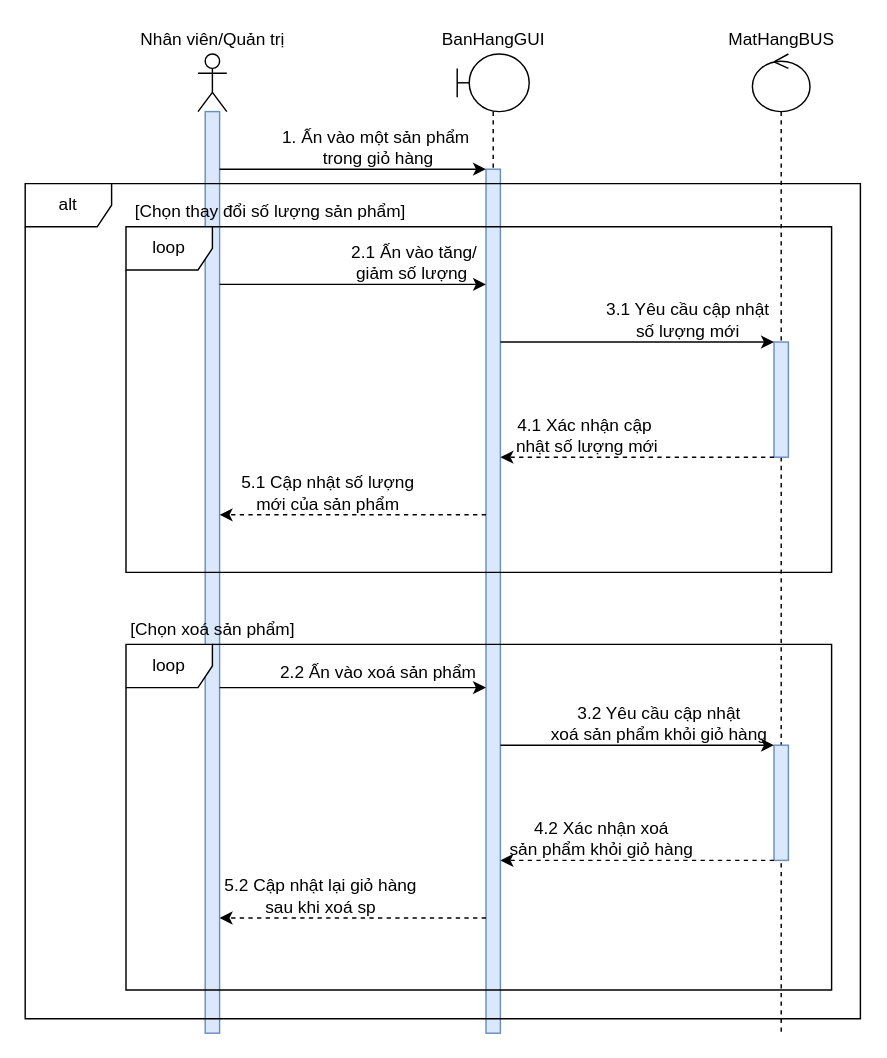
Earlier version of the draw.io diagram Sequence Diagrams/Nguyên Lộc/SD_CậpNhậtGiỏHàng.drawio (EdgarIgnite16/OOAD-Project). Source tidied: cells renumbered, new cells numbered last; positions are measured from the earlier drawing's top-left corner, leaving out a move shared by most shapes. Both pictures are drawn from the tidied source at 144%, with x=0, y=0 at pixel (24, 24).
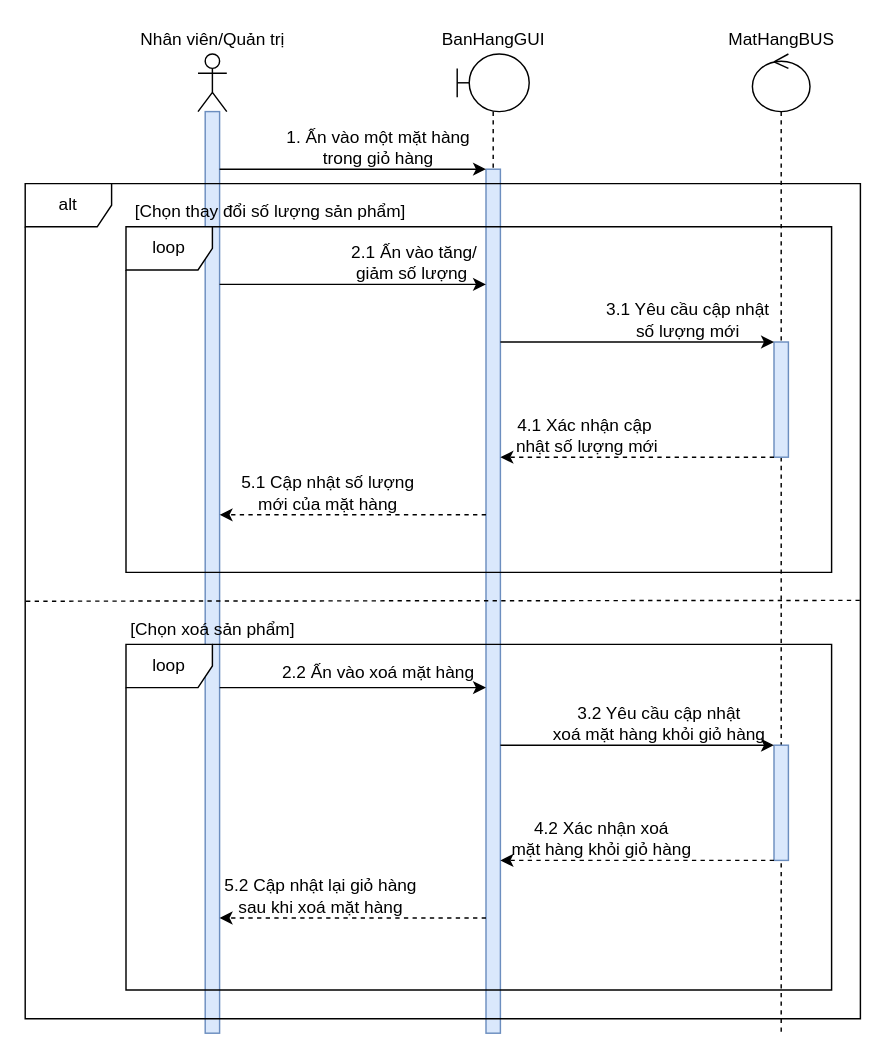
Above is the later version.

The change refers to these unchanged cells:
```xml
<mxCell id="32" value="alt" style="shape=umlFrame;whiteSpace=wrap;html=1;" parent="1" vertex="1">
  <mxGeometry y="110" width="580" height="580" as="geometry" />
</mxCell>
```

Diff of the diagram source:
```diff
@@
-    <mxCell id="13" value="1. Ấn vào một sản phẩm&amp;nbsp;&lt;br&gt;trong giỏ hàng" style="text;html=1;align=center;verticalAlign=middle;strokeColor=none;fillColor=none;" parent="1" vertex="1">
-      <mxGeometry x="170" y="70" width="150" height="30" as="geometry" />
+    <mxCell id="13" value="1. Ấn vào một mặt hàng&lt;br&gt;trong giỏ hàng" style="text;html=1;align=center;verticalAlign=middle;strokeColor=none;fillColor=none;" parent="1" vertex="1">
+      <mxGeometry x="175" y="70" width="140" height="30" as="geometry" />
     </mxCell>
@@
-    <mxCell id="21" value="5.1 Cập nhật số lượng &lt;br&gt;mới của sản phẩm" style="text;html=1;align=center;verticalAlign=middle;strokeColor=none;fillColor=none;" parent="1" vertex="1">
+    <mxCell id="21" value="5.1 Cập nhật số lượng &lt;br&gt;mới của mặt hàng" style="text;html=1;align=center;verticalAlign=middle;strokeColor=none;fillColor=none;" parent="1" vertex="1">
       <mxGeometry x="140" y="310" width="140" height="30" as="geometry" />
     </mxCell>
@@
-    <mxCell id="24" value="2.2 Ấn vào xoá sản phẩm" style="text;html=1;align=center;verticalAlign=middle;strokeColor=none;fillColor=none;" parent="1" vertex="1">
+    <mxCell id="24" value="2.2 Ấn vào xoá mặt hàng" style="text;html=1;align=center;verticalAlign=middle;strokeColor=none;fillColor=none;" parent="1" vertex="1">
       <mxGeometry x="170" y="440" width="150" height="20" as="geometry" />
     </mxCell>
@@
-    <mxCell id="26" value="3.2 Yêu cầu cập nhật &lt;br&gt;xoá sản phẩm khỏi giỏ hàng" style="text;html=1;align=center;verticalAlign=middle;strokeColor=none;fillColor=none;" parent="1" vertex="1">
-      <mxGeometry x="355" y="470" width="170" height="30" as="geometry" />
+    <mxCell id="26" value="3.2 Yêu cầu cập nhật &lt;br&gt;xoá mặt hàng khỏi giỏ hàng" style="text;html=1;align=center;verticalAlign=middle;strokeColor=none;fillColor=none;" parent="1" vertex="1">
+      <mxGeometry x="360" y="470" width="160" height="30" as="geometry" />
     </mxCell>
@@
-    <mxCell id="28" value="4.2 Xác nhận xoá&lt;br&gt;sản phẩm khỏi giỏ hàng" style="text;html=1;align=center;verticalAlign=middle;strokeColor=none;fillColor=none;" parent="1" vertex="1">
+    <mxCell id="28" value="4.2 Xác nhận xoá&lt;br&gt;mặt hàng khỏi giỏ hàng" style="text;html=1;align=center;verticalAlign=middle;strokeColor=none;fillColor=none;" parent="1" vertex="1">
       <mxGeometry x="330" y="550" width="140" height="30" as="geometry" />
     </mxCell>
@@
-    <mxCell id="30" value="5.2 Cập nhật lại giỏ hàng&lt;br&gt;sau khi xoá sp" style="text;html=1;align=center;verticalAlign=middle;strokeColor=none;fillColor=none;" parent="1" vertex="1">
+    <mxCell id="30" value="5.2 Cập nhật lại giỏ hàng&lt;br&gt;sau khi xoá mặt hàng" style="text;html=1;align=center;verticalAlign=middle;strokeColor=none;fillColor=none;" parent="1" vertex="1">
       <mxGeometry x="130" y="590" width="150" height="30" as="geometry" />
     </mxCell>
@@
+    <mxCell id="35" style="endArrow=none;dashed=1;html=1;rounded=0;exitX=0.001;exitY=0.5;exitDx=0;exitDy=0;exitPerimeter=0;entryX=1;entryY=0.499;entryDx=0;entryDy=0;entryPerimeter=0;" parent="1" edge="1" source="32" target="32">
+      <mxGeometry relative="1" as="geometry" />
+    </mxCell>
```
